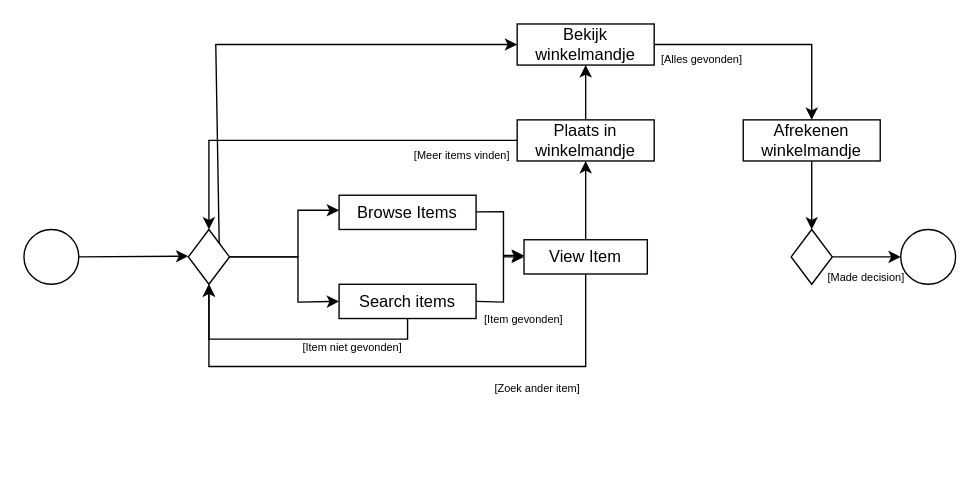
Before: docs/diagrams/Activity diagram - Customer journey.drawio in YoungSilent/nerdy_gadgets, a draw.io diagram. Source tidied: cells renumbered, new cells numbered last; positions are measured from the earlier drawing's top-left corner, leaving out a move shared by most shapes. Both pictures are drawn from the tidied source at 137%, with x=0, y=0 at pixel (23, 23).
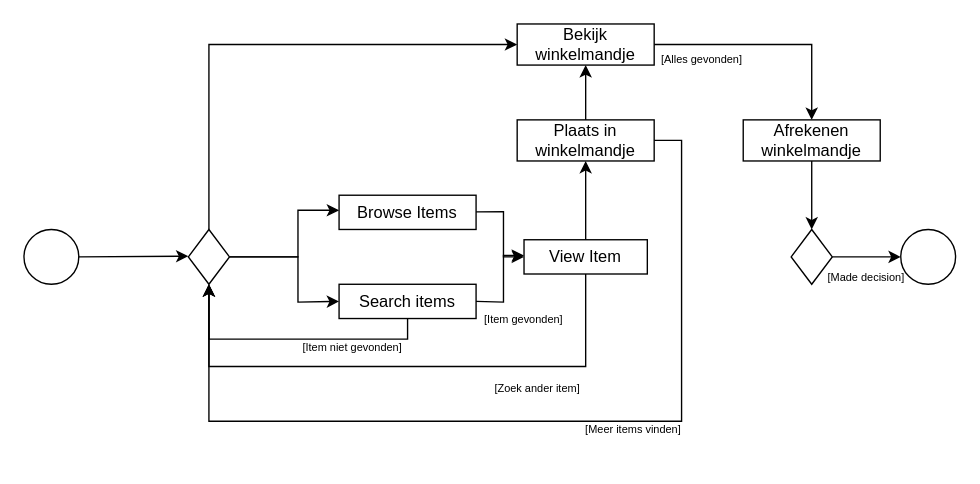
After the change.

Unchanged cells that the change refers to:
```xml
<mxCell id="10" style="rhombus;whiteSpace=wrap;html=1;" parent="1" vertex="1">
  <mxGeometry x="120" y="150" width="30" height="40" as="geometry" />
</mxCell>
<mxCell id="21" value="Plaats in winkelmandje" style="rounded=0;whiteSpace=wrap;html=1;fontStyle=0;" parent="1" vertex="1">
  <mxGeometry x="360" y="70" width="100" height="30" as="geometry" />
</mxCell>
<mxCell id="28" value="&lt;div&gt;Bekijk winkelmandje&lt;/div&gt;" style="rounded=0;whiteSpace=wrap;html=1;" parent="1" vertex="1">
  <mxGeometry x="360" width="100" height="30" as="geometry" />
</mxCell>
```

The edit, as a diff of the source:
```diff
@@
-    <mxCell id="12" style="endArrow=classic;html=1;rounded=0;entryX=0.5;entryY=0;entryDx=0;entryDy=0;exitX=0;exitY=0.5;exitDx=0;exitDy=0;" parent="1" edge="1" source="21" target="10">
+    <mxCell id="12" style="endArrow=classic;html=1;rounded=0;exitX=0;exitY=0.5;exitDx=0;exitDy=0;" parent="1" edge="1" source="21">
       <mxGeometry relative="1" as="geometry">
+        <mxPoint x="135" y="190" as="targetPoint" />
         <Array as="points">
-          <mxPoint x="135" y="85" />
+          <mxPoint x="480" y="85" />
+          <mxPoint x="480" y="290" />
+          <mxPoint x="135" y="290" />
         </Array>
       </mxGeometry>
     </mxCell>
@@
     <mxCell id="24" value="&lt;font style=&quot;font-size: 8px;&quot;&gt;[Meer items vinden]&lt;/font&gt;" style="text;html=1;strokeColor=none;fillColor=none;align=center;verticalAlign=middle;whiteSpace=wrap;rounded=0;" parent="1" vertex="1">
-      <mxGeometry x="275" y="80" width="90" height="30" as="geometry" />
+      <mxGeometry x="400" y="280" width="90" height="30" as="geometry" />
     </mxCell>
@@
-    <mxCell id="30" style="endArrow=classic;html=1;rounded=0;exitX=1;exitY=0;exitDx=0;exitDy=0;entryX=0;entryY=0.5;entryDx=0;entryDy=0;" parent="1" edge="1" source="10" target="28">
+    <mxCell id="30" style="endArrow=classic;html=1;rounded=0;exitX=0.5;exitY=0;exitDx=0;exitDy=0;entryX=0;entryY=0.5;entryDx=0;entryDy=0;" parent="1" edge="1" source="10" target="28">
       <mxGeometry relative="1" as="geometry">
         <Array as="points">
-          <mxPoint x="140" y="15" />
+          <mxPoint x="135" y="15" />
         </Array>
       </mxGeometry>
     </mxCell>
```
